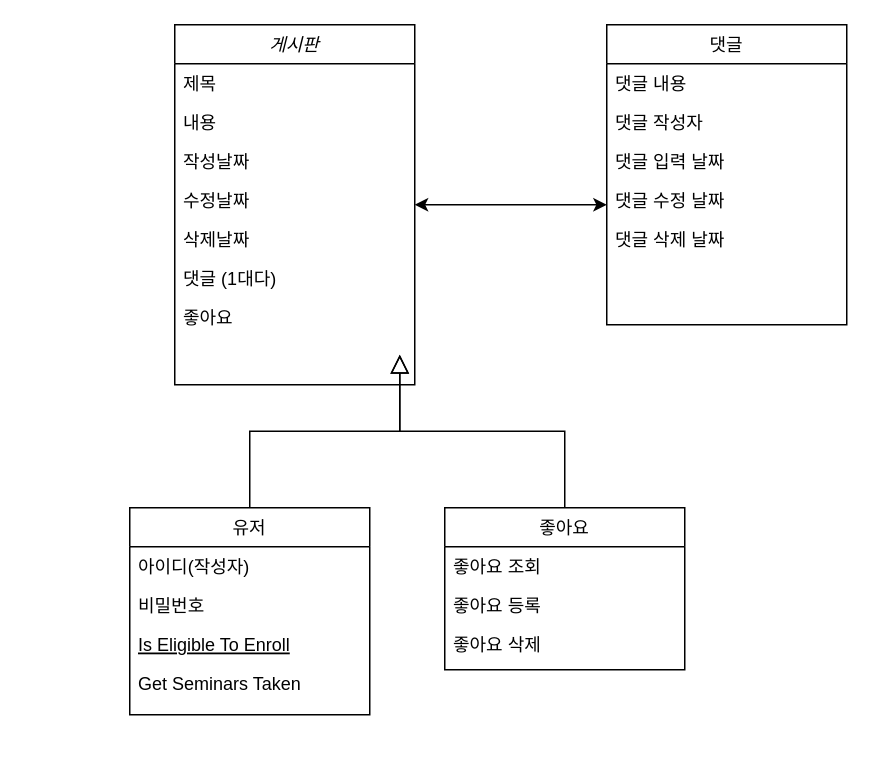
Earlier version of the draw.io diagram 제목 없는 다이어그램.drawio (shashak23/kt_ds_education). Source tidied: cells renumbered, new cells numbered last; positions are measured from the earlier drawing's top-left corner, leaving out a move shared by most shapes. Both pictures are drawn from the tidied source at 150%, with x=0, y=0 at pixel (129, 24).
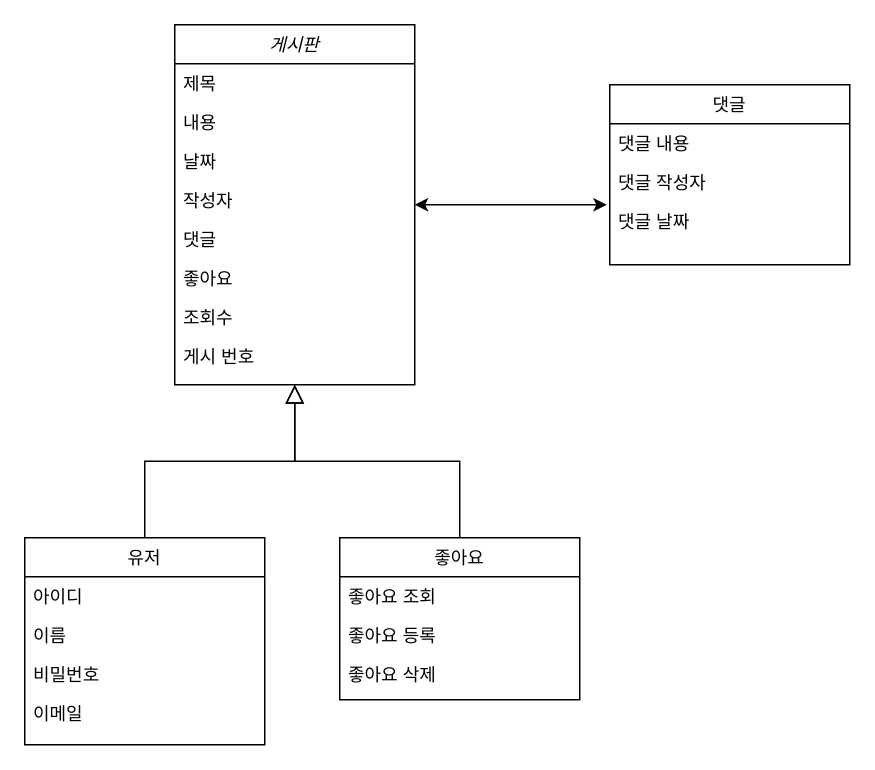
Above is the later version.

Unchanged cells that the change refers to:
```xml
<mxCell id="2" value="게시판" style="swimlane;fontStyle=2;align=center;verticalAlign=top;horizontal=1;startSize=26;rounded=0;shadow=0;strokeWidth=1;" parent="1" vertex="1">
  <mxGeometry x="30" width="160" height="240" as="geometry" />
</mxCell>
```

The edit, as a diff of the source:
```diff
@@
-    <mxCell id="5" value="작성날짜" style="text;align=left;verticalAlign=top;spacingLeft=4;spacingRight=4;overflow=hidden;rounded=0;shadow=0;html=0;" parent="2" vertex="1">
-      <mxGeometry y="78" width="160" height="26" as="geometry" />
-    </mxCell>
-    <mxCell id="6" value="수정날짜" style="text;align=left;verticalAlign=top;spacingLeft=4;spacingRight=4;overflow=hidden;rounded=0;shadow=0;html=0;" parent="2" vertex="1">
-      <mxGeometry y="104" width="160" height="26" as="geometry" />
-    </mxCell>
-    <mxCell id="7" value="삭제날짜" style="text;align=left;verticalAlign=top;spacingLeft=4;spacingRight=4;overflow=hidden;rounded=0;shadow=0;html=0;" parent="2" vertex="1">
-      <mxGeometry y="130" width="160" height="26" as="geometry" />
+    <mxCell id="7" value="날짜" style="text;align=left;verticalAlign=top;spacingLeft=4;spacingRight=4;overflow=hidden;rounded=0;shadow=0;html=0;" parent="2" vertex="1">
+      <mxGeometry y="78" width="160" height="26" as="geometry" />
     </mxCell>
-    <mxCell id="8" value="댓글 (1대다)" style="text;align=left;verticalAlign=top;spacingLeft=4;spacingRight=4;overflow=hidden;rounded=0;shadow=0;html=0;" parent="2" vertex="1">
-      <mxGeometry y="156" width="160" height="26" as="geometry" />
-    </mxCell>
+    <mxCell id="28" value="작성자" style="text;align=left;verticalAlign=top;spacingLeft=4;spacingRight=4;overflow=hidden;rounded=0;shadow=0;html=0;" parent="2" vertex="1">
+      <mxGeometry y="104" width="160" height="26" as="geometry" />
+    </mxCell>
+    <mxCell id="29" value="댓글" style="text;align=left;verticalAlign=top;spacingLeft=4;spacingRight=4;overflow=hidden;rounded=0;shadow=0;html=0;" parent="2" vertex="1">
+      <mxGeometry y="130" width="160" height="26" as="geometry" />
+    </mxCell>
     <mxCell id="9" value="좋아요" style="text;align=left;verticalAlign=top;spacingLeft=4;spacingRight=4;overflow=hidden;rounded=0;shadow=0;html=0;" parent="2" vertex="1">
-      <mxGeometry y="182" width="160" height="26" as="geometry" />
+      <mxGeometry y="156" width="160" height="26" as="geometry" />
     </mxCell>
+    <mxCell id="30" value="조회수" style="text;align=left;verticalAlign=top;spacingLeft=4;spacingRight=4;overflow=hidden;rounded=0;shadow=0;html=0;" parent="2" vertex="1">
+      <mxGeometry y="182" width="160" height="26" as="geometry" />
+    </mxCell>
+    <mxCell id="31" value="게시 번호" style="text;align=left;verticalAlign=top;spacingLeft=4;spacingRight=4;overflow=hidden;rounded=0;shadow=0;html=0;" parent="2" vertex="1">
+      <mxGeometry y="208" width="160" height="26" as="geometry" />
+    </mxCell>
     <mxCell id="10" value="유저" style="swimlane;fontStyle=0;align=center;verticalAlign=top;horizontal=1;startSize=26;rounded=0;shadow=0;strokeWidth=1;" parent="1" vertex="1">
-      <mxGeometry y="322" width="160" height="138" as="geometry" />
+      <mxGeometry x="-70" y="342" width="160" height="138" as="geometry" />
     </mxCell>
-    <mxCell id="11" value="아이디(작성자)" style="text;align=left;verticalAlign=top;spacingLeft=4;spacingRight=4;overflow=hidden;" parent="10" vertex="1">
+    <mxCell id="11" value="아이디" style="text;align=left;verticalAlign=top;spacingLeft=4;spacingRight=4;overflow=hidden;" parent="10" vertex="1">
       <mxGeometry y="26" width="160" height="26" as="geometry" />
     </mxCell>
-    <mxCell id="12" value="비밀번호" style="text;align=left;verticalAlign=top;spacingLeft=4;spacingRight=4;overflow=hidden;rounded=0;shadow=0;html=0;" parent="10" vertex="1">
+    <mxCell id="12" value="이름" style="text;align=left;verticalAlign=top;spacingLeft=4;spacingRight=4;overflow=hidden;rounded=0;shadow=0;html=0;" parent="10" vertex="1">
       <mxGeometry y="52" width="160" height="26" as="geometry" />
     </mxCell>
-    <mxCell id="13" value="Is Eligible To Enroll" style="text;align=left;verticalAlign=top;spacingLeft=4;spacingRight=4;overflow=hidden;fontStyle=4;" parent="10" vertex="1">
-      <mxGeometry y="78" width="160" height="26" as="geometry" />
-    </mxCell>
-    <mxCell id="14" value="Get Seminars Taken" style="text;align=left;verticalAlign=top;spacingLeft=4;spacingRight=4;overflow=hidden;" parent="10" vertex="1">
-      <mxGeometry y="104" width="160" height="26" as="geometry" />
-    </mxCell>
+    <mxCell id="32" value="비밀번호" style="text;align=left;verticalAlign=top;spacingLeft=4;spacingRight=4;overflow=hidden;rounded=0;shadow=0;html=0;" parent="10" vertex="1">
+      <mxGeometry y="78" width="160" height="26" as="geometry" />
+    </mxCell>
+    <mxCell id="33" value="이메일" style="text;align=left;verticalAlign=top;spacingLeft=4;spacingRight=4;overflow=hidden;rounded=0;shadow=0;html=0;" parent="10" vertex="1">
+      <mxGeometry y="104" width="160" height="26" as="geometry" />
+    </mxCell>
     <mxCell id="15" style="endArrow=block;endSize=10;endFill=0;shadow=0;strokeWidth=1;rounded=0;edgeStyle=elbowEdgeStyle;elbow=vertical;" parent="1" edge="1" source="10">
       <mxGeometry relative="1" as="geometry">
-        <mxPoint x="180" y="220" as="targetPoint" />
+        <mxPoint x="110" y="240" as="targetPoint" />
       </mxGeometry>
     </mxCell>
     <mxCell id="16" value="좋아요" style="swimlane;fontStyle=0;align=center;verticalAlign=top;horizontal=1;startSize=26;rounded=0;shadow=0;strokeWidth=1;" parent="1" vertex="1">
-      <mxGeometry x="210" y="322" width="160" height="108" as="geometry" />
+      <mxGeometry x="140" y="342" width="160" height="108" as="geometry" />
     </mxCell>
@@
     <mxCell id="20" style="endArrow=block;endSize=10;endFill=0;shadow=0;strokeWidth=1;rounded=0;edgeStyle=elbowEdgeStyle;elbow=vertical;" parent="1" edge="1" source="16">
       <mxGeometry relative="1" as="geometry">
-        <mxPoint x="180" y="220" as="targetPoint" />
+        <mxPoint x="110" y="240" as="targetPoint" />
       </mxGeometry>
     </mxCell>
     <mxCell id="21" value="댓글" style="swimlane;fontStyle=0;align=center;verticalAlign=top;horizontal=1;startSize=26;rounded=0;shadow=0;strokeWidth=1;" parent="1" vertex="1">
-      <mxGeometry x="318" width="160" height="200" as="geometry" />
+      <mxGeometry x="320" y="40" width="160" height="120" as="geometry" />
     </mxCell>
@@
-    <mxCell id="24" value="댓글 입력 날짜" style="text;align=left;verticalAlign=top;spacingLeft=4;spacingRight=4;overflow=hidden;rounded=0;shadow=0;html=0;" parent="21" vertex="1">
-      <mxGeometry y="78" width="160" height="26" as="geometry" />
-    </mxCell>
-    <mxCell id="25" value="댓글 수정 날짜" style="text;align=left;verticalAlign=top;spacingLeft=4;spacingRight=4;overflow=hidden;rounded=0;shadow=0;html=0;" parent="21" vertex="1">
-      <mxGeometry y="104" width="160" height="26" as="geometry" />
-    </mxCell>
-    <mxCell id="26" value="댓글 삭제 날짜" style="text;align=left;verticalAlign=top;spacingLeft=4;spacingRight=4;overflow=hidden;rounded=0;shadow=0;html=0;" parent="21" vertex="1">
-      <mxGeometry y="130" width="160" height="26" as="geometry" />
-    </mxCell>
+    <mxCell id="34" value="댓글 날짜" style="text;align=left;verticalAlign=top;spacingLeft=4;spacingRight=4;overflow=hidden;rounded=0;shadow=0;html=0;" parent="21" vertex="1">
+      <mxGeometry y="78" width="160" height="26" as="geometry" />
+    </mxCell>
```
